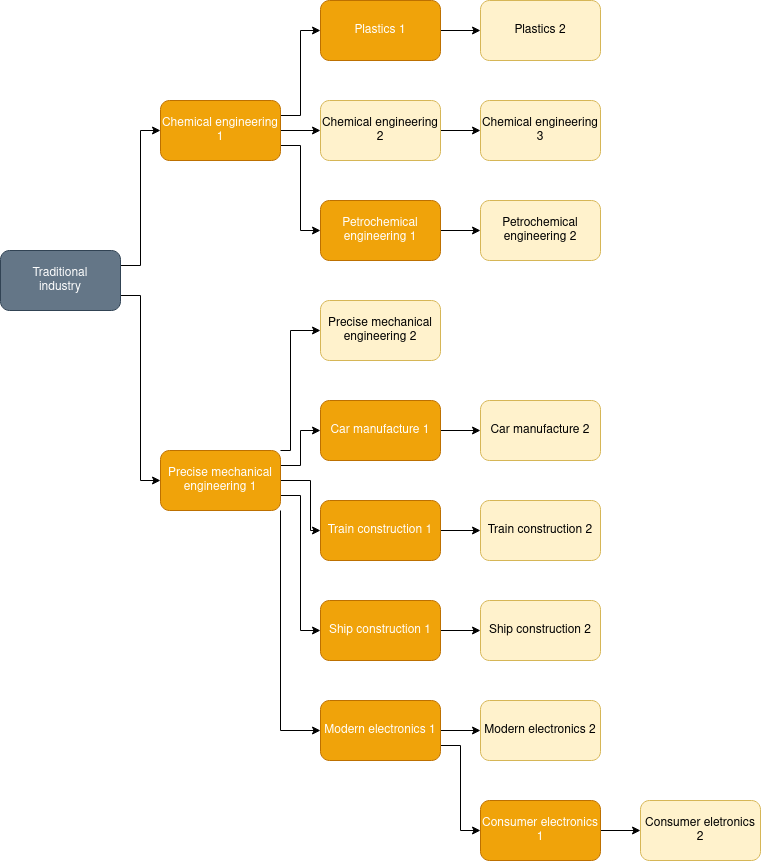
Earlier version of the draw.io export resources/industry.png (cit1zen/workers-and-resources-community-tech-tree). Source tidied: cells renumbered, new cells last; positions are measured from the earlier drawing's top-left corner, leaving out a move shared by most shapes. The source it was exported from:
```xml
<mxGraphModel>
  <root>
    <mxCell id="0" />
    <mxCell id="1" parent="0" />
    <mxCell id="2" style="edgeStyle=orthogonalEdgeStyle;rounded=0;jettySize=auto;html=1;exitX=1;exitY=0.25;exitDx=0;exitDy=0;entryX=0;entryY=0.5;entryDx=0;entryDy=0;" parent="1" edge="1" source="4" target="8">
      <mxGeometry relative="1" as="geometry" />
    </mxCell>
    <mxCell id="3" style="edgeStyle=orthogonalEdgeStyle;rounded=0;jettySize=auto;html=1;exitX=1;exitY=0.75;exitDx=0;exitDy=0;entryX=0;entryY=0.5;entryDx=0;entryDy=0;" parent="1" edge="1" source="4" target="23">
      <mxGeometry relative="1" as="geometry" />
    </mxCell>
    <mxCell id="4" value="&lt;div&gt;Traditional&lt;/div&gt;&lt;div&gt;industry&lt;br&gt;&lt;/div&gt;" style="rounded=1;whiteSpace=wrap;html=1;fillColor=#647687;strokeColor=#314354;fontColor=#ffffff;" parent="1" vertex="1">
      <mxGeometry y="250" width="120" height="60" as="geometry" />
    </mxCell>
    <mxCell id="5" style="edgeStyle=orthogonalEdgeStyle;rounded=0;jettySize=auto;html=1;exitX=1;exitY=0.75;exitDx=0;exitDy=0;entryX=0;entryY=0.5;entryDx=0;entryDy=0;" parent="1" edge="1" source="8" target="16">
      <mxGeometry relative="1" as="geometry" />
    </mxCell>
    <mxCell id="6" style="edgeStyle=orthogonalEdgeStyle;rounded=0;jettySize=auto;html=1;exitX=1;exitY=0.5;exitDx=0;exitDy=0;" parent="1" edge="1" source="8" target="10">
      <mxGeometry relative="1" as="geometry" />
    </mxCell>
    <mxCell id="7" style="edgeStyle=orthogonalEdgeStyle;rounded=0;jettySize=auto;html=1;exitX=1;exitY=0.25;exitDx=0;exitDy=0;entryX=0;entryY=0.5;entryDx=0;entryDy=0;" parent="1" edge="1" source="8" target="13">
      <mxGeometry relative="1" as="geometry" />
    </mxCell>
    <mxCell id="8" value="Chemical engineering 1" style="rounded=1;whiteSpace=wrap;html=1;fillColor=#f0a30a;strokeColor=#BD7000;fontColor=#ffffff;" parent="1" vertex="1">
      <mxGeometry x="160" y="100" width="120" height="60" as="geometry" />
    </mxCell>
    <mxCell id="9" style="edgeStyle=orthogonalEdgeStyle;rounded=0;jettySize=auto;html=1;exitX=1;exitY=0.5;exitDx=0;exitDy=0;" parent="1" edge="1" source="10" target="11">
      <mxGeometry relative="1" as="geometry" />
    </mxCell>
    <mxCell id="10" value="Chemical engineering 2" style="rounded=1;whiteSpace=wrap;html=1;fillColor=#fff2cc;strokeColor=#d6b656;" parent="1" vertex="1">
      <mxGeometry x="320" y="100" width="120" height="60" as="geometry" />
    </mxCell>
    <mxCell id="11" value="&lt;div&gt;Chemical engineering 3&lt;/div&gt;" style="rounded=1;whiteSpace=wrap;html=1;fillColor=#fff2cc;strokeColor=#d6b656;" parent="1" vertex="1">
      <mxGeometry x="480" y="100" width="120" height="60" as="geometry" />
    </mxCell>
    <mxCell id="12" style="edgeStyle=orthogonalEdgeStyle;rounded=0;jettySize=auto;html=1;exitX=1;exitY=0.5;exitDx=0;exitDy=0;" parent="1" edge="1" source="13" target="14">
      <mxGeometry relative="1" as="geometry" />
    </mxCell>
    <mxCell id="13" value="&lt;div&gt;Plastics 1&lt;/div&gt;" style="rounded=1;whiteSpace=wrap;html=1;fillColor=#f0a30a;strokeColor=#BD7000;fontColor=#ffffff;" parent="1" vertex="1">
      <mxGeometry x="320" width="120" height="60" as="geometry" />
    </mxCell>
    <mxCell id="14" value="Plastics 2" style="rounded=1;whiteSpace=wrap;html=1;fillColor=#fff2cc;strokeColor=#d6b656;" parent="1" vertex="1">
      <mxGeometry x="480" width="120" height="60" as="geometry" />
    </mxCell>
    <mxCell id="15" style="edgeStyle=orthogonalEdgeStyle;rounded=0;jettySize=auto;html=1;exitX=1;exitY=0.5;exitDx=0;exitDy=0;entryX=0;entryY=0.5;entryDx=0;entryDy=0;" parent="1" edge="1" source="16" target="17">
      <mxGeometry relative="1" as="geometry" />
    </mxCell>
    <mxCell id="16" value="Petrochemical engineering 1" style="rounded=1;whiteSpace=wrap;html=1;fillColor=#f0a30a;strokeColor=#BD7000;fontColor=#ffffff;" parent="1" vertex="1">
      <mxGeometry x="320" y="200" width="120" height="60" as="geometry" />
    </mxCell>
    <mxCell id="17" value="&lt;div&gt;Petrochemical engineering 2&lt;/div&gt;" style="rounded=1;whiteSpace=wrap;html=1;fillColor=#fff2cc;strokeColor=#d6b656;" parent="1" vertex="1">
      <mxGeometry x="480" y="200" width="120" height="60" as="geometry" />
    </mxCell>
    <mxCell id="18" style="edgeStyle=orthogonalEdgeStyle;rounded=0;jettySize=auto;html=1;exitX=1;exitY=0;exitDx=0;exitDy=0;entryX=0;entryY=0.5;entryDx=0;entryDy=0;" parent="1" edge="1" target="24">
      <mxGeometry relative="1" as="geometry">
        <mxPoint x="280" y="450" as="sourcePoint" />
        <Array as="points">
          <mxPoint x="290" y="450" />
          <mxPoint x="290" y="330" />
        </Array>
      </mxGeometry>
    </mxCell>
    <mxCell id="19" style="edgeStyle=orthogonalEdgeStyle;rounded=0;jettySize=auto;html=1;exitX=1;exitY=0.25;exitDx=0;exitDy=0;entryX=0;entryY=0.5;entryDx=0;entryDy=0;" parent="1" edge="1" target="26">
      <mxGeometry relative="1" as="geometry">
        <mxPoint x="280" y="465" as="sourcePoint" />
      </mxGeometry>
    </mxCell>
    <mxCell id="20" style="edgeStyle=orthogonalEdgeStyle;rounded=0;jettySize=auto;html=1;exitX=1;exitY=0.5;exitDx=0;exitDy=0;entryX=0;entryY=0.5;entryDx=0;entryDy=0;" parent="1" edge="1" source="23" target="29">
      <mxGeometry relative="1" as="geometry">
        <Array as="points">
          <mxPoint x="310" y="480" />
          <mxPoint x="310" y="530" />
        </Array>
      </mxGeometry>
    </mxCell>
    <mxCell id="21" style="edgeStyle=orthogonalEdgeStyle;rounded=0;jettySize=auto;html=1;exitX=1;exitY=0.75;exitDx=0;exitDy=0;entryX=0;entryY=0.5;entryDx=0;entryDy=0;" parent="1" edge="1" source="23" target="32">
      <mxGeometry relative="1" as="geometry" />
    </mxCell>
    <mxCell id="22" style="edgeStyle=orthogonalEdgeStyle;rounded=0;jettySize=auto;html=1;exitX=1;exitY=1;exitDx=0;exitDy=0;entryX=0;entryY=0.5;entryDx=0;entryDy=0;" parent="1" edge="1" source="23" target="36">
      <mxGeometry relative="1" as="geometry" />
    </mxCell>
    <mxCell id="23" value="&lt;div&gt;Precise mechanical engineering 1&lt;/div&gt;" style="rounded=1;whiteSpace=wrap;html=1;fillColor=#f0a30a;strokeColor=#BD7000;fontColor=#ffffff;" parent="1" vertex="1">
      <mxGeometry x="160" y="450" width="120" height="60" as="geometry" />
    </mxCell>
    <mxCell id="24" value="Precise mechanical engineering 2" style="rounded=1;whiteSpace=wrap;html=1;fillColor=#fff2cc;strokeColor=#d6b656;" parent="1" vertex="1">
      <mxGeometry x="320" y="300" width="120" height="60" as="geometry" />
    </mxCell>
    <mxCell id="25" style="edgeStyle=orthogonalEdgeStyle;rounded=0;jettySize=auto;html=1;exitX=1;exitY=0.5;exitDx=0;exitDy=0;entryX=0;entryY=0.5;entryDx=0;entryDy=0;" parent="1" edge="1" source="26" target="27">
      <mxGeometry relative="1" as="geometry" />
    </mxCell>
    <mxCell id="26" value="Car manufacture 1" style="rounded=1;whiteSpace=wrap;html=1;fillColor=#f0a30a;strokeColor=#BD7000;fontColor=#ffffff;" parent="1" vertex="1">
      <mxGeometry x="320" y="400" width="120" height="60" as="geometry" />
    </mxCell>
    <mxCell id="27" value="Car manufacture 2" style="rounded=1;whiteSpace=wrap;html=1;fillColor=#fff2cc;strokeColor=#d6b656;" parent="1" vertex="1">
      <mxGeometry x="480" y="400" width="120" height="60" as="geometry" />
    </mxCell>
    <mxCell id="28" style="edgeStyle=orthogonalEdgeStyle;rounded=0;jettySize=auto;html=1;exitX=1;exitY=0.5;exitDx=0;exitDy=0;entryX=0;entryY=0.5;entryDx=0;entryDy=0;" parent="1" edge="1" source="29" target="30">
      <mxGeometry relative="1" as="geometry" />
    </mxCell>
    <mxCell id="29" value="Train construction 1" style="rounded=1;whiteSpace=wrap;html=1;fillColor=#f0a30a;strokeColor=#BD7000;fontColor=#ffffff;" parent="1" vertex="1">
      <mxGeometry x="320" y="500" width="120" height="60" as="geometry" />
    </mxCell>
    <mxCell id="30" value="Train construction 2" style="rounded=1;whiteSpace=wrap;html=1;fillColor=#fff2cc;strokeColor=#d6b656;" parent="1" vertex="1">
      <mxGeometry x="480" y="500" width="120" height="60" as="geometry" />
    </mxCell>
    <mxCell id="31" style="edgeStyle=orthogonalEdgeStyle;rounded=0;jettySize=auto;html=1;exitX=1;exitY=0.5;exitDx=0;exitDy=0;entryX=0;entryY=0.5;entryDx=0;entryDy=0;" parent="1" edge="1" source="32" target="33">
      <mxGeometry relative="1" as="geometry" />
    </mxCell>
    <mxCell id="32" value="Ship construction 1" style="rounded=1;whiteSpace=wrap;html=1;fillColor=#f0a30a;strokeColor=#BD7000;fontColor=#ffffff;" parent="1" vertex="1">
      <mxGeometry x="320" y="600" width="120" height="60" as="geometry" />
    </mxCell>
    <mxCell id="33" value="Ship construction 2" style="rounded=1;whiteSpace=wrap;html=1;fillColor=#fff2cc;strokeColor=#d6b656;" parent="1" vertex="1">
      <mxGeometry x="480" y="600" width="120" height="60" as="geometry" />
    </mxCell>
    <mxCell id="34" style="edgeStyle=orthogonalEdgeStyle;rounded=0;jettySize=auto;html=1;exitX=1;exitY=0.5;exitDx=0;exitDy=0;entryX=0;entryY=0.5;entryDx=0;entryDy=0;" parent="1" edge="1" source="36" target="37">
      <mxGeometry relative="1" as="geometry" />
    </mxCell>
    <mxCell id="35" style="edgeStyle=orthogonalEdgeStyle;rounded=0;jettySize=auto;html=1;exitX=1;exitY=0.75;exitDx=0;exitDy=0;entryX=0;entryY=0.5;entryDx=0;entryDy=0;" parent="1" edge="1" source="36" target="39">
      <mxGeometry relative="1" as="geometry" />
    </mxCell>
    <mxCell id="36" value="Modern electronics 1" style="rounded=1;whiteSpace=wrap;html=1;fillColor=#f0a30a;strokeColor=#BD7000;fontColor=#ffffff;" parent="1" vertex="1">
      <mxGeometry x="320" y="700" width="120" height="60" as="geometry" />
    </mxCell>
    <mxCell id="37" value="Modern electronics 2" style="rounded=1;whiteSpace=wrap;html=1;fillColor=#fff2cc;strokeColor=#d6b656;" parent="1" vertex="1">
      <mxGeometry x="480" y="700" width="120" height="60" as="geometry" />
    </mxCell>
    <mxCell id="38" style="edgeStyle=orthogonalEdgeStyle;rounded=0;jettySize=auto;html=1;exitX=1;exitY=0.5;exitDx=0;exitDy=0;entryX=0;entryY=0.5;entryDx=0;entryDy=0;" parent="1" edge="1" source="39" target="40">
      <mxGeometry relative="1" as="geometry" />
    </mxCell>
    <mxCell id="39" value="Consumer electronics 1" style="rounded=1;whiteSpace=wrap;html=1;fillColor=#f0a30a;strokeColor=#BD7000;fontColor=#ffffff;" parent="1" vertex="1">
      <mxGeometry x="480" y="800" width="120" height="60" as="geometry" />
    </mxCell>
    <mxCell id="40" value="Consumer eletronics 2" style="rounded=1;whiteSpace=wrap;html=1;fillColor=#fff2cc;strokeColor=#d6b656;" parent="1" vertex="1">
      <mxGeometry x="640" y="800" width="120" height="60" as="geometry" />
    </mxCell>
  </root>
</mxGraphModel>
```
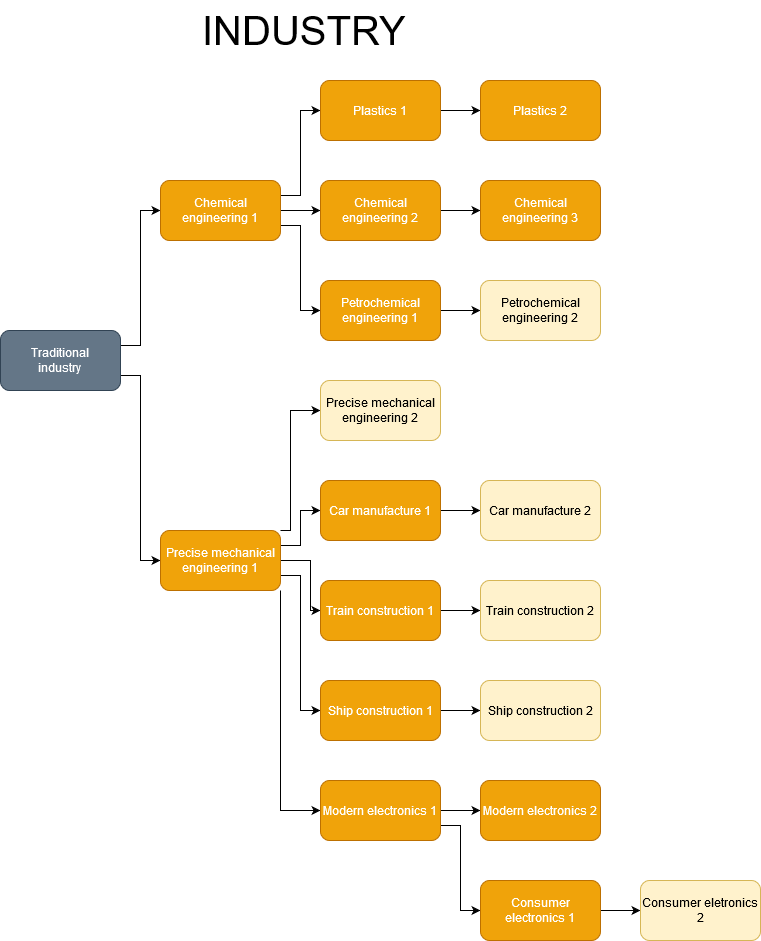
Above is the later version.

Change to the diagram source:
```diff
@@ -26,10 +26,10 @@
     <mxCell id="9" style="edgeStyle=orthogonalEdgeStyle;rounded=0;jettySize=auto;html=1;exitX=1;exitY=0.5;exitDx=0;exitDy=0;" parent="1" edge="1" source="10" target="11">
       <mxGeometry relative="1" as="geometry" />
     </mxCell>
-    <mxCell id="10" value="Chemical engineering 2" style="rounded=1;whiteSpace=wrap;html=1;fillColor=#fff2cc;strokeColor=#d6b656;" parent="1" vertex="1">
+    <mxCell id="10" value="Chemical engineering 2" style="rounded=1;whiteSpace=wrap;html=1;fillColor=#f0a30a;strokeColor=#BD7000;fontColor=#ffffff;" parent="1" vertex="1">
       <mxGeometry x="320" y="100" width="120" height="60" as="geometry" />
     </mxCell>
-    <mxCell id="11" value="&lt;div&gt;Chemical engineering 3&lt;/div&gt;" style="rounded=1;whiteSpace=wrap;html=1;fillColor=#fff2cc;strokeColor=#d6b656;" parent="1" vertex="1">
+    <mxCell id="11" value="&lt;div&gt;Chemical engineering 3&lt;/div&gt;" style="rounded=1;whiteSpace=wrap;html=1;fillColor=#f0a30a;strokeColor=#BD7000;fontColor=#ffffff;" parent="1" vertex="1">
       <mxGeometry x="480" y="100" width="120" height="60" as="geometry" />
     </mxCell>
     <mxCell id="12" style="edgeStyle=orthogonalEdgeStyle;rounded=0;jettySize=auto;html=1;exitX=1;exitY=0.5;exitDx=0;exitDy=0;" parent="1" edge="1" source="13" target="14">
@@ -38,7 +38,7 @@
     <mxCell id="13" value="&lt;div&gt;Plastics 1&lt;/div&gt;" style="rounded=1;whiteSpace=wrap;html=1;fillColor=#f0a30a;strokeColor=#BD7000;fontColor=#ffffff;" parent="1" vertex="1">
       <mxGeometry x="320" width="120" height="60" as="geometry" />
     </mxCell>
-    <mxCell id="14" value="Plastics 2" style="rounded=1;whiteSpace=wrap;html=1;fillColor=#fff2cc;strokeColor=#d6b656;" parent="1" vertex="1">
+    <mxCell id="14" value="Plastics 2" style="rounded=1;whiteSpace=wrap;html=1;fillColor=#f0a30a;strokeColor=#BD7000;fontColor=#ffffff;" parent="1" vertex="1">
       <mxGeometry x="480" width="120" height="60" as="geometry" />
     </mxCell>
     <mxCell id="15" style="edgeStyle=orthogonalEdgeStyle;rounded=0;jettySize=auto;html=1;exitX=1;exitY=0.5;exitDx=0;exitDy=0;entryX=0;entryY=0.5;entryDx=0;entryDy=0;" parent="1" edge="1" source="16" target="17">
@@ -120,7 +120,7 @@
     <mxCell id="36" value="Modern electronics 1" style="rounded=1;whiteSpace=wrap;html=1;fillColor=#f0a30a;strokeColor=#BD7000;fontColor=#ffffff;" parent="1" vertex="1">
       <mxGeometry x="320" y="700" width="120" height="60" as="geometry" />
     </mxCell>
-    <mxCell id="37" value="Modern electronics 2" style="rounded=1;whiteSpace=wrap;html=1;fillColor=#fff2cc;strokeColor=#d6b656;" parent="1" vertex="1">
+    <mxCell id="37" value="Modern electronics 2" style="rounded=1;whiteSpace=wrap;html=1;fillColor=#f0a30a;strokeColor=#BD7000;fontColor=#ffffff;" parent="1" vertex="1">
       <mxGeometry x="480" y="700" width="120" height="60" as="geometry" />
     </mxCell>
     <mxCell id="38" style="edgeStyle=orthogonalEdgeStyle;rounded=0;jettySize=auto;html=1;exitX=1;exitY=0.5;exitDx=0;exitDy=0;entryX=0;entryY=0.5;entryDx=0;entryDy=0;" parent="1" edge="1" source="39" target="40">
@@ -132,5 +132,8 @@
     <mxCell id="40" value="Consumer eletronics 2" style="rounded=1;whiteSpace=wrap;html=1;fillColor=#fff2cc;strokeColor=#d6b656;" parent="1" vertex="1">
       <mxGeometry x="640" y="800" width="120" height="60" as="geometry" />
     </mxCell>
+    <mxCell id="41" value="&lt;font style=&quot;font-size: 40px&quot;&gt;INDUSTRY&lt;br&gt;&lt;/font&gt;" style="text;whiteSpace=wrap;html=1;" parent="1" vertex="1">
+      <mxGeometry x="200" y="-80" width="510" height="40" as="geometry" />
+    </mxCell>
   </root>
 </mxGraphModel>
```
